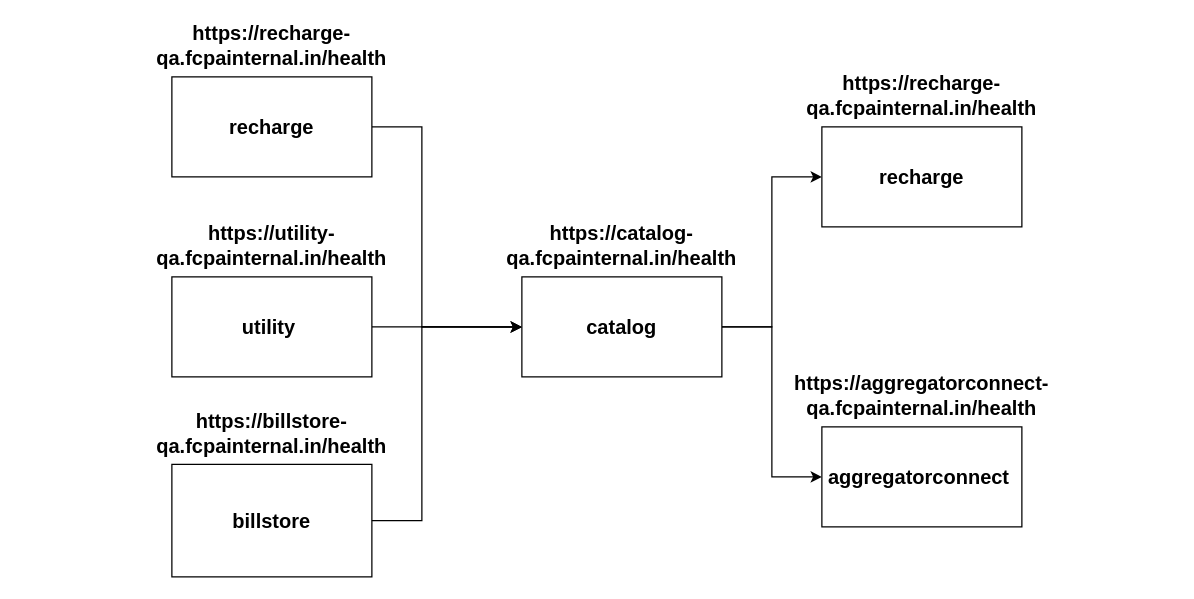
Before: catalog.drawio in vikash-one/pa-services, a draw.io diagram. Source tidied: cells renumbered, new cells numbered last; positions are measured from the earlier drawing's top-left corner, leaving out a move shared by most shapes. Both pictures are drawn from the tidied source at 125%, with x=0, y=0 at pixel (171, 26).
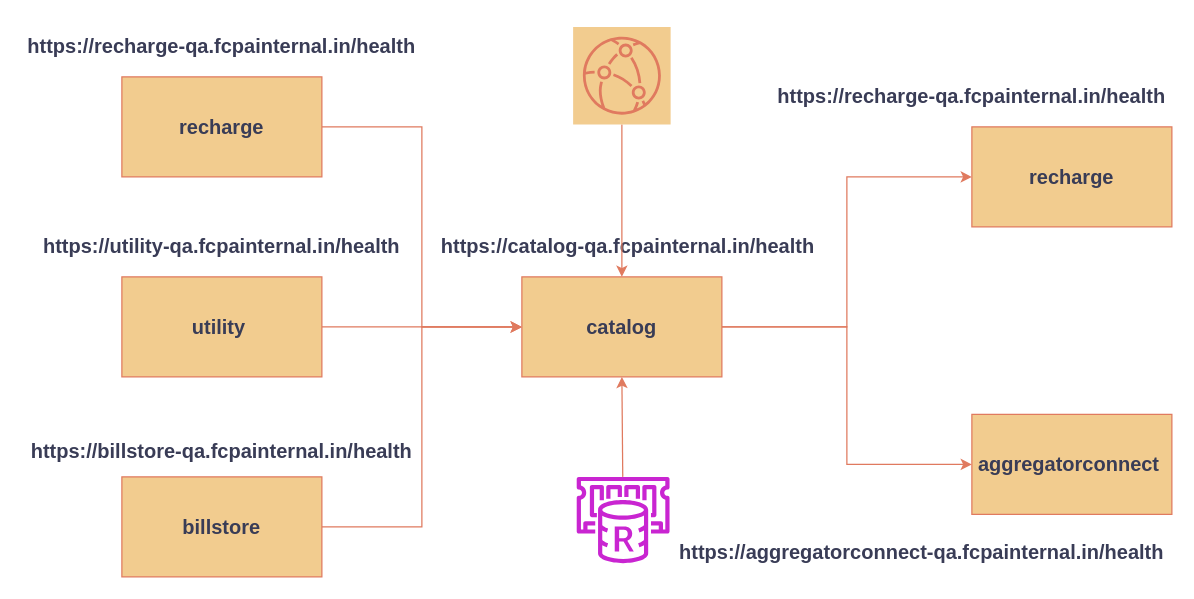
The same page after the edit.

Diff of the diagram source:
```diff
@@
-    <mxCell id="2" style="edgeStyle=orthogonalEdgeStyle;rounded=0;jettySize=auto;html=1;exitX=1;exitY=0.5;exitDx=0;exitDy=0;entryX=0;entryY=0.5;entryDx=0;entryDy=0;fontStyle=1;fontSize=16;" parent="1" edge="1" source="3" target="9">
+    <mxCell id="2" style="edgeStyle=orthogonalEdgeStyle;rounded=0;jettySize=auto;html=1;exitX=1;exitY=0.5;exitDx=0;exitDy=0;entryX=0;entryY=0.5;entryDx=0;entryDy=0;fontStyle=1;fontSize=16;labelBackgroundColor=none;strokeColor=#E07A5F;fontColor=default;" parent="1" edge="1" source="3" target="9">
       <mxGeometry relative="1" as="geometry">
         <Array as="points">
           <mxPoint x="200" y="80" />
           <mxPoint x="200" y="240" />
         </Array>
       </mxGeometry>
     </mxCell>
-    <mxCell id="3" value="recharge" style="rounded=0;whiteSpace=wrap;html=1;fontStyle=1;fontSize=16;" parent="1" vertex="1">
-      <mxGeometry y="40" width="160" height="80" as="geometry" />
+    <mxCell id="3" value="recharge" style="rounded=0;whiteSpace=wrap;html=1;fontStyle=1;fontSize=16;labelBackgroundColor=none;fillColor=#F2CC8F;strokeColor=#E07A5F;fontColor=#393C56;" parent="1" vertex="1">
+      <mxGeometry x="-40" y="40" width="160" height="80" as="geometry" />
     </mxCell>
-    <mxCell id="4" style="edgeStyle=orthogonalEdgeStyle;rounded=0;jettySize=auto;html=1;exitX=1;exitY=0.5;exitDx=0;exitDy=0;fontStyle=1;fontSize=16;" parent="1" edge="1" source="5">
+    <mxCell id="4" style="edgeStyle=orthogonalEdgeStyle;rounded=0;jettySize=auto;html=1;exitX=1;exitY=0.5;exitDx=0;exitDy=0;fontStyle=1;fontSize=16;labelBackgroundColor=none;strokeColor=#E07A5F;fontColor=default;" parent="1" edge="1" source="5">
       <mxGeometry relative="1" as="geometry">
         <mxPoint x="280" y="240.3" as="targetPoint" />
       </mxGeometry>
     </mxCell>
-    <mxCell id="5" value="utility&amp;nbsp;" style="rounded=0;whiteSpace=wrap;html=1;fontStyle=1;fontSize=16;" parent="1" vertex="1">
-      <mxGeometry y="200" width="160" height="80" as="geometry" />
+    <mxCell id="5" value="utility&amp;nbsp;" style="rounded=0;whiteSpace=wrap;html=1;fontStyle=1;fontSize=16;labelBackgroundColor=none;fillColor=#F2CC8F;strokeColor=#E07A5F;fontColor=#393C56;" parent="1" vertex="1">
+      <mxGeometry x="-40" y="200" width="160" height="80" as="geometry" />
     </mxCell>
-    <mxCell id="6" value="billstore" style="rounded=0;whiteSpace=wrap;html=1;fontStyle=1;fontSize=16;" parent="1" vertex="1">
-      <mxGeometry y="350" width="160" height="90" as="geometry" />
+    <mxCell id="6" value="billstore" style="rounded=0;whiteSpace=wrap;html=1;fontStyle=1;fontSize=16;labelBackgroundColor=none;fillColor=#F2CC8F;strokeColor=#E07A5F;fontColor=#393C56;" parent="1" vertex="1">
+      <mxGeometry x="-40" y="360" width="160" height="80" as="geometry" />
     </mxCell>
-    <mxCell id="7" style="edgeStyle=orthogonalEdgeStyle;rounded=0;jettySize=auto;html=1;entryX=0;entryY=0.5;entryDx=0;entryDy=0;fontStyle=1;fontSize=16;" parent="1" edge="1" source="9" target="10">
+    <mxCell id="7" style="edgeStyle=orthogonalEdgeStyle;rounded=0;jettySize=auto;html=1;entryX=0;entryY=0.5;entryDx=0;entryDy=0;fontStyle=1;fontSize=16;labelBackgroundColor=none;strokeColor=#E07A5F;fontColor=default;" parent="1" edge="1" source="9" target="10">
       <mxGeometry relative="1" as="geometry" />
     </mxCell>
-    <mxCell id="8" style="edgeStyle=orthogonalEdgeStyle;rounded=0;jettySize=auto;html=1;exitX=1;exitY=0.5;exitDx=0;exitDy=0;entryX=0;entryY=0.5;entryDx=0;entryDy=0;fontStyle=1;fontSize=16;" parent="1" edge="1" source="9" target="11">
+    <mxCell id="8" style="edgeStyle=orthogonalEdgeStyle;rounded=0;jettySize=auto;html=1;exitX=1;exitY=0.5;exitDx=0;exitDy=0;entryX=0;entryY=0.5;entryDx=0;entryDy=0;fontStyle=1;fontSize=16;labelBackgroundColor=none;strokeColor=#E07A5F;fontColor=default;" parent="1" edge="1" source="9" target="11">
       <mxGeometry relative="1" as="geometry" />
     </mxCell>
-    <mxCell id="9" value="catalog" style="rounded=0;whiteSpace=wrap;html=1;fontStyle=1;fontSize=16;" parent="1" vertex="1">
+    <mxCell id="9" value="catalog" style="rounded=0;whiteSpace=wrap;html=1;fontStyle=1;fontSize=16;labelBackgroundColor=none;fillColor=#F2CC8F;strokeColor=#E07A5F;fontColor=#393C56;" parent="1" vertex="1">
       <mxGeometry x="280" y="200" width="160" height="80" as="geometry" />
     </mxCell>
-    <mxCell id="10" value="recharge" style="rounded=0;whiteSpace=wrap;html=1;fontStyle=1;fontSize=16;" parent="1" vertex="1">
-      <mxGeometry x="520" y="80" width="160" height="80" as="geometry" />
+    <mxCell id="10" value="recharge" style="rounded=0;whiteSpace=wrap;html=1;fontStyle=1;fontSize=16;labelBackgroundColor=none;fillColor=#F2CC8F;strokeColor=#E07A5F;fontColor=#393C56;" parent="1" vertex="1">
+      <mxGeometry x="640" y="80" width="160" height="80" as="geometry" />
     </mxCell>
-    <mxCell id="11" value="aggregatorconnect&amp;nbsp;" style="rounded=0;whiteSpace=wrap;html=1;fontStyle=1;fontSize=16;" parent="1" vertex="1">
-      <mxGeometry x="520" y="320" width="160" height="80" as="geometry" />
+    <mxCell id="11" value="aggregatorconnect&amp;nbsp;" style="rounded=0;whiteSpace=wrap;html=1;fontStyle=1;fontSize=16;labelBackgroundColor=none;fillColor=#F2CC8F;strokeColor=#E07A5F;fontColor=#393C56;" parent="1" vertex="1">
+      <mxGeometry x="640" y="310" width="160" height="80" as="geometry" />
     </mxCell>
-    <mxCell id="12" value="https://recharge-qa.fcpainternal.in/health" style="text;html=1;align=center;verticalAlign=middle;whiteSpace=wrap;rounded=0;fontStyle=1;fontSize=16;" parent="1" vertex="1">
-      <mxGeometry width="160" height="30" as="geometry" />
+    <mxCell id="12" value="https://recharge-qa.fcpainternal.in/health" style="text;html=1;align=center;verticalAlign=middle;whiteSpace=wrap;rounded=0;fontStyle=1;fontSize=16;labelBackgroundColor=none;fontColor=#393C56;" parent="1" vertex="1">
+      <mxGeometry x="-120" width="320" height="30" as="geometry" />
     </mxCell>
-    <mxCell id="13" style="endArrow=classic;html=1;rounded=0;entryX=0;entryY=0.5;entryDx=0;entryDy=0;exitX=1;exitY=0.5;exitDx=0;exitDy=0;fontStyle=1;fontSize=16;" parent="1" edge="1" source="6" target="9">
+    <mxCell id="13" style="endArrow=classic;html=1;rounded=0;entryX=0;entryY=0.5;entryDx=0;entryDy=0;exitX=1;exitY=0.5;exitDx=0;exitDy=0;fontStyle=1;fontSize=16;labelBackgroundColor=none;strokeColor=#E07A5F;fontColor=default;" parent="1" edge="1" source="6" target="9">
       <mxGeometry relative="1" as="geometry">
         <Array as="points">
-          <mxPoint x="200" y="395" />
+          <mxPoint x="200" y="400" />
           <mxPoint x="200" y="240" />
         </Array>
       </mxGeometry>
     </mxCell>
-    <mxCell id="14" value="https://utility-qa.fcpainternal.in/health" style="text;html=1;align=center;verticalAlign=middle;whiteSpace=wrap;rounded=0;fontStyle=1;fontSize=16;" parent="1" vertex="1">
-      <mxGeometry y="160" width="160" height="30" as="geometry" />
+    <mxCell id="14" value="https://utility-qa.fcpainternal.in/health" style="text;html=1;align=center;verticalAlign=middle;whiteSpace=wrap;rounded=0;fontStyle=1;fontSize=16;labelBackgroundColor=none;fontColor=#393C56;" parent="1" vertex="1">
+      <mxGeometry x="-120" y="160" width="320" height="30" as="geometry" />
     </mxCell>
-    <mxCell id="15" value="https://billstore-qa.fcpainternal.in/health" style="text;html=1;align=center;verticalAlign=middle;whiteSpace=wrap;rounded=0;fontStyle=1;fontSize=16;" parent="1" vertex="1">
-      <mxGeometry y="310" width="160" height="30" as="geometry" />
+    <mxCell id="15" value="https://billstore-qa.fcpainternal.in/health" style="text;html=1;align=center;verticalAlign=middle;whiteSpace=wrap;rounded=0;fontStyle=1;fontSize=16;labelBackgroundColor=none;fontColor=#393C56;" parent="1" vertex="1">
+      <mxGeometry x="-120" y="320" width="320" height="38" as="geometry" />
     </mxCell>
-    <mxCell id="16" value="https://catalog-qa.fcpainternal.in/health" style="text;html=1;align=center;verticalAlign=middle;whiteSpace=wrap;rounded=0;fontStyle=1;fontSize=16;" parent="1" vertex="1">
-      <mxGeometry x="280" y="160" width="160" height="30" as="geometry" />
+    <mxCell id="16" value="https://catalog-qa.fcpainternal.in/health" style="text;html=1;align=center;verticalAlign=middle;whiteSpace=wrap;rounded=0;fontStyle=1;fontSize=16;labelBackgroundColor=none;fontColor=#393C56;" parent="1" vertex="1">
+      <mxGeometry x="210" y="160" width="310" height="30" as="geometry" />
     </mxCell>
-    <mxCell id="17" value="https://recharge-qa.fcpainternal.in/health" style="text;html=1;align=center;verticalAlign=middle;whiteSpace=wrap;rounded=0;fontStyle=1;fontSize=16;" parent="1" vertex="1">
-      <mxGeometry x="520" y="40" width="160" height="30" as="geometry" />
+    <mxCell id="17" value="https://recharge-qa.fcpainternal.in/health" style="text;html=1;align=center;verticalAlign=middle;whiteSpace=wrap;rounded=0;fontStyle=1;fontSize=16;labelBackgroundColor=none;fontColor=#393C56;" parent="1" vertex="1">
+      <mxGeometry x="480" y="40" width="320" height="30" as="geometry" />
     </mxCell>
-    <mxCell id="18" value="https://aggregatorconnect-qa.fcpainternal.in/health" style="text;html=1;align=center;verticalAlign=middle;whiteSpace=wrap;rounded=0;fontStyle=1;fontSize=16;" parent="1" vertex="1">
-      <mxGeometry x="520" y="280" width="160" height="30" as="geometry" />
+    <mxCell id="18" value="https://aggregatorconnect-qa.fcpainternal.in/health" style="text;html=1;align=center;verticalAlign=middle;whiteSpace=wrap;rounded=0;fontStyle=1;fontSize=16;labelBackgroundColor=none;fontColor=#393C56;" parent="1" vertex="1">
+      <mxGeometry x="400" y="405" width="400" height="30" as="geometry" />
     </mxCell>
+    <mxCell id="19" style="rounded=0;jettySize=auto;html=1;exitX=0.5;exitY=1;exitDx=0;exitDy=0;exitPerimeter=0;entryX=0.5;entryY=0;entryDx=0;entryDy=0;labelBackgroundColor=none;strokeColor=#E07A5F;fontColor=default;" parent="1" edge="1" source="20" target="9">
+      <mxGeometry relative="1" as="geometry" />
+    </mxCell>
+    <mxCell id="20" style="sketch=0;points=[[0,0,0],[0.25,0,0],[0.5,0,0],[0.75,0,0],[1,0,0],[0,1,0],[0.25,1,0],[0.5,1,0],[0.75,1,0],[1,1,0],[0,0.25,0],[0,0.5,0],[0,0.75,0],[1,0.25,0],[1,0.5,0],[1,0.75,0]];outlineConnect=0;fontColor=#393C56;fillColor=#F2CC8F;strokeColor=#E07A5F;dashed=0;verticalLabelPosition=bottom;verticalAlign=top;align=center;html=1;fontSize=12;fontStyle=0;shape=mxgraph.aws4.resourceIcon;resIcon=mxgraph.aws4.cloudfront;labelBackgroundColor=none;" parent="1" vertex="1">
+      <mxGeometry x="321" width="78" height="78" as="geometry" />
+    </mxCell>
+    <mxCell id="21" style="sketch=0;outlineConnect=0;fontColor=#232F3E;gradientColor=none;fillColor=#C925D1;strokeColor=none;dashed=0;verticalLabelPosition=bottom;verticalAlign=top;align=center;html=1;fontSize=12;fontStyle=0;shape=mxgraph.aws4.elasticache_for_redis;" parent="1" vertex="1">
+      <mxGeometry x="322" y="360" width="78" height="69" as="geometry" />
+    </mxCell>
+    <mxCell id="22" style="endArrow=classic;html=1;rounded=0;strokeColor=#E07A5F;fontColor=#393C56;fillColor=#F2CC8F;entryX=0.5;entryY=1;entryDx=0;entryDy=0;" parent="1" edge="1" source="21" target="9">
+      <mxGeometry relative="1" as="geometry" />
+    </mxCell>
```
